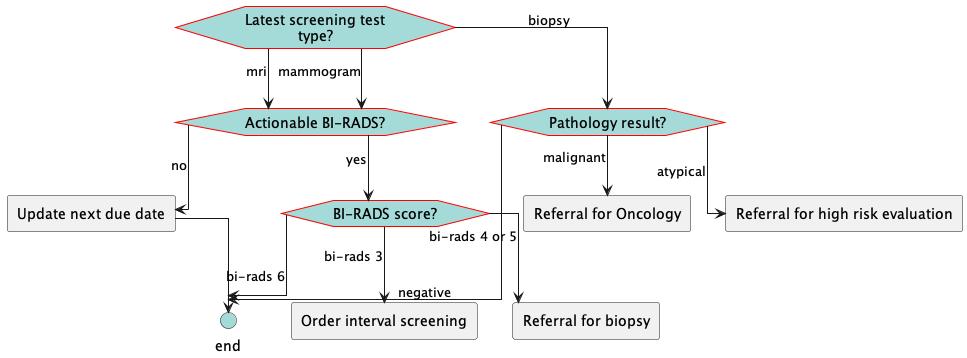
ccsm-cds-tools/CDC-Breast-Cancer-Screening-CDS-L2 keeps this PlantUML diagram as images/flow-FollowupScreeningResult.png. Above is the earlier version. Its diagram source:
```plantuml
@startuml
hide stereotype
skinparam linetype ortho
<style>
hexagon {
    MaximumWidth: 150
    BackGroundColor: A4DBD8
    LineThickness: 1
    LineColor: red
    HorizontalAlignment: center
}
rectangle {
    MaximumWidth: 250
    HorizontalAlignment: center
}
.end {
    BackGroundColor: #A4DBD8
}
</style>
hexagon "Latest screening test type?" as eve_latesttesttype [[#eve-latesttesttype]]
hexagon "Actionable BI-RADS?" as eve_actionablebirads [[#eve-actionablebirads]]
rectangle "Update next due date" as act_updateduedate [[#act-updateduedate]]
hexagon "BI-RADS score?" as eve_biradsscore [[#eve-biradsscore]]
hexagon "Pathology result?" as eve_biopsyresult [[#eve-biopsyresult]]
circle "end" as end_followup <<end>>
rectangle "Order interval screening" as act_intervalscreen [[#act-intervalscreen]]
rectangle "Referral for biopsy" as act_biopsy [[#act-biopsy]]
rectangle "Referral for high risk evaluation" as act_highriskreferral [[#act-highriskreferral]]
rectangle "Referral for Oncology" as act_oncreferral [[#act-oncreferral]]
eve_latesttesttype-->eve_actionablebirads: mammogram
eve_actionablebirads-->act_updateduedate: no
act_updateduedate-->end_followup
eve_actionablebirads-->eve_biradsscore: yes
eve_biradsscore-->act_intervalscreen: bi-rads 3
eve_biradsscore-->act_biopsy: bi-rads 4 or 5
eve_biradsscore-->end_followup: bi-rads 6
eve_latesttesttype-->eve_actionablebirads: mri
eve_latesttesttype-->eve_biopsyresult: biopsy
eve_biopsyresult-->end_followup: negative
eve_biopsyresult-->act_highriskreferral: atypical
eve_biopsyresult-->act_oncreferral: malignant
@enduml
```
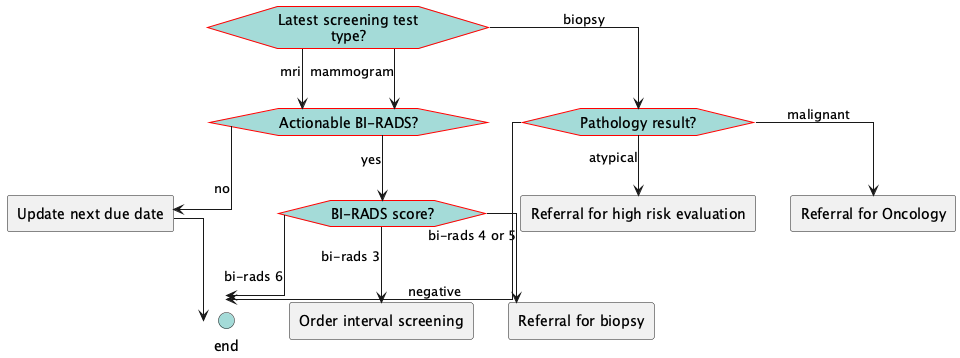
The same diagram one commit later.

What changed in the source:
```diff
@@ -25,8 +25,8 @@
 circle "end" as end_followup <<end>>
 rectangle "Order interval screening" as act_intervalscreen [[#act-intervalscreen]]
 rectangle "Referral for biopsy" as act_biopsy [[#act-biopsy]]
+rectangle "Referral for Oncology" as act_oncreferral [[#act-oncreferral]]
 rectangle "Referral for high risk evaluation" as act_highriskreferral [[#act-highriskreferral]]
-rectangle "Referral for Oncology" as act_oncreferral [[#act-oncreferral]]
 eve_latesttesttype-->eve_actionablebirads: mammogram
 eve_actionablebirads-->act_updateduedate: no
 act_updateduedate-->end_followup
@@ -36,7 +36,7 @@
 eve_biradsscore-->end_followup: bi-rads 6
 eve_latesttesttype-->eve_actionablebirads: mri
 eve_latesttesttype-->eve_biopsyresult: biopsy
+eve_biopsyresult-->act_oncreferral: malignant
+eve_biopsyresult-->act_highriskreferral: atypical
 eve_biopsyresult-->end_followup: negative
-eve_biopsyresult-->act_highriskreferral: atypical
-eve_biopsyresult-->act_oncreferral: malignant
 @enduml
```
